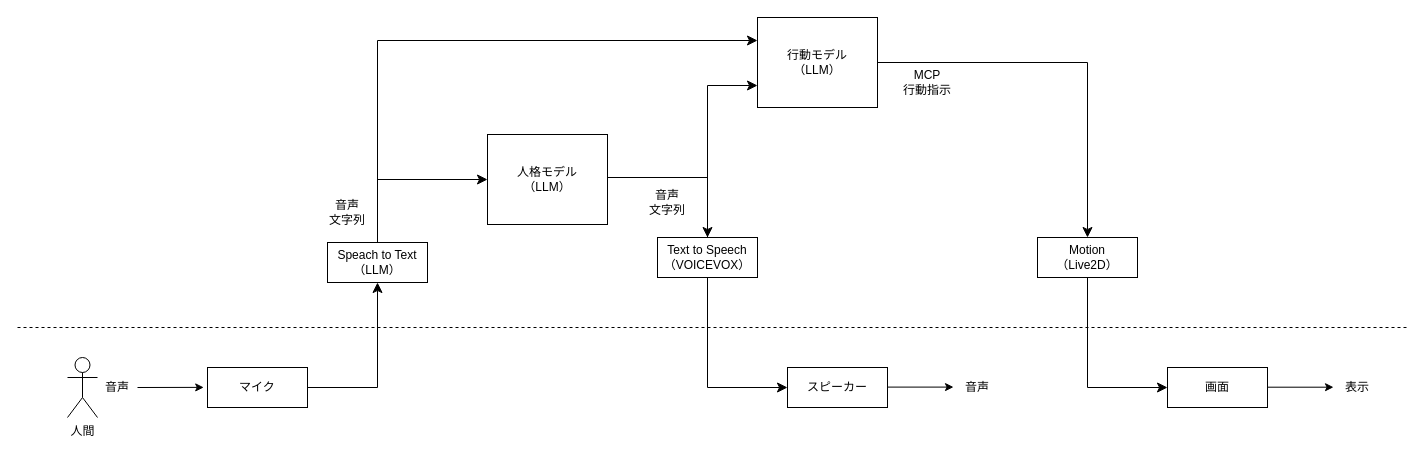
Before: page "現状" (2 of 2) of document/system/architecture.drawio in CodeneAria/PersonalityEmulator, a draw.io diagram. Source tidied: cells renumbered, new cells numbered last; positions are measured from the earlier drawing's top-left corner, leaving out a move shared by most shapes. Both pictures are drawn from the tidied source at 100%, with x=0, y=0 at pixel (17, 17).
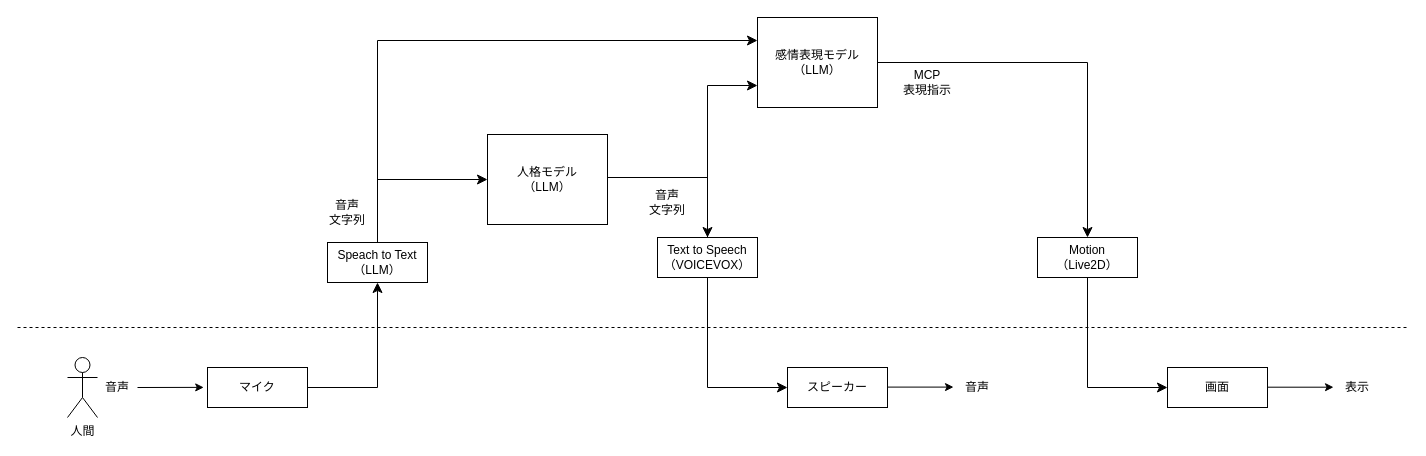
After the change.

Commit message:
Update architecture diagram to enhance clarity and detail for PersonalityEmulator system

Diff of the diagram source:
```diff
@@
-    <mxCell id="19" value="行動モデル&lt;div&gt;（LLM）&lt;/div&gt;" style="rounded=0;whiteSpace=wrap;html=1;" parent="1" vertex="1">
+    <mxCell id="19" value="感情表現モデル&lt;div&gt;（LLM）&lt;/div&gt;" style="rounded=0;whiteSpace=wrap;html=1;" parent="1" vertex="1">
       <mxGeometry x="740" width="120" height="90" as="geometry" />
     </mxCell>
@@
-    <mxCell id="24" value="MCP&lt;div&gt;行動指示&lt;/div&gt;" style="text;html=1;align=center;verticalAlign=middle;whiteSpace=wrap;rounded=0;" parent="1" vertex="1">
+    <mxCell id="24" value="MCP&lt;div&gt;表現指示&lt;/div&gt;" style="text;html=1;align=center;verticalAlign=middle;whiteSpace=wrap;rounded=0;" parent="1" vertex="1">
       <mxGeometry x="880" y="50" width="60" height="30" as="geometry" />
     </mxCell>
```
